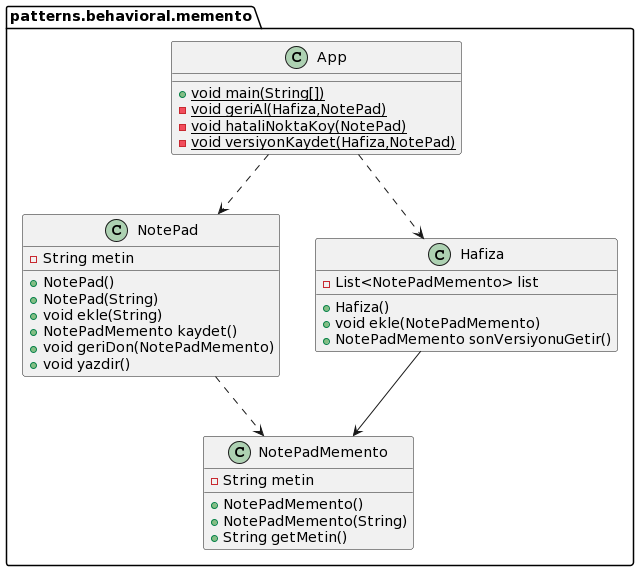
This is umls/behavioral/MementoUML.png from MertBaran/Design-Patterns, a PlantUML export, as it was before one commit. The source it was exported from:
```plantuml
@startuml
class patterns.behavioral.memento.NotePadMemento {
- String metin
+ NotePadMemento()
+ NotePadMemento(String)
+ String getMetin()
}
class patterns.behavioral.memento.NotePad {
- String metin
+ NotePad()
+ NotePad(String)
+ void ekle(String)
+ NotePadMemento kaydet()
+ void geriDon(NotePadMemento)
+ void yazdir()
}
class patterns.behavioral.memento.App {
+ {static} void main(String[])
- {static} void geriAl(Hafiza,NotePad)
- {static} void hataliNoktaKoy(NotePad)
- {static} void versiyonKaydet(Hafiza,NotePad)
}
class patterns.behavioral.memento.Hafiza {
- List<NotePadMemento> list
+ Hafiza()
+ void ekle(NotePadMemento)
+ NotePadMemento sonVersiyonuGetir()
}
patterns.behavioral.memento.Hafiza --> patterns.behavioral.memento.NotePadMemento
patterns.behavioral.memento.NotePad ..> patterns.behavioral.memento.NotePadMemento
patterns.behavioral.memento.App ..> patterns.behavioral.memento.Hafiza
patterns.behavioral.memento.App ..> patterns.behavioral.memento.NotePad
@enduml
```
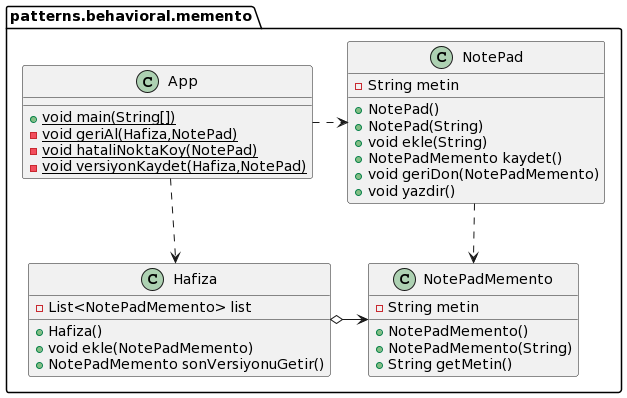
Later version of the same file.

The edit, as a diff of the source:
```diff
@@ -26,8 +26,8 @@
 + void ekle(NotePadMemento)
 + NotePadMemento sonVersiyonuGetir()
 }
-patterns.behavioral.memento.Hafiza --> patterns.behavioral.memento.NotePadMemento
+patterns.behavioral.memento.Hafiza o-> patterns.behavioral.memento.NotePadMemento
 patterns.behavioral.memento.NotePad ..> patterns.behavioral.memento.NotePadMemento
-patterns.behavioral.memento.App ..> patterns.behavioral.memento.Hafiza
-patterns.behavioral.memento.App ..> patterns.behavioral.memento.NotePad
+patterns.behavioral.memento.App .> patterns.behavioral.memento.Hafiza
+patterns.behavioral.memento.App .> patterns.behavioral.memento.NotePad
 @enduml
```
